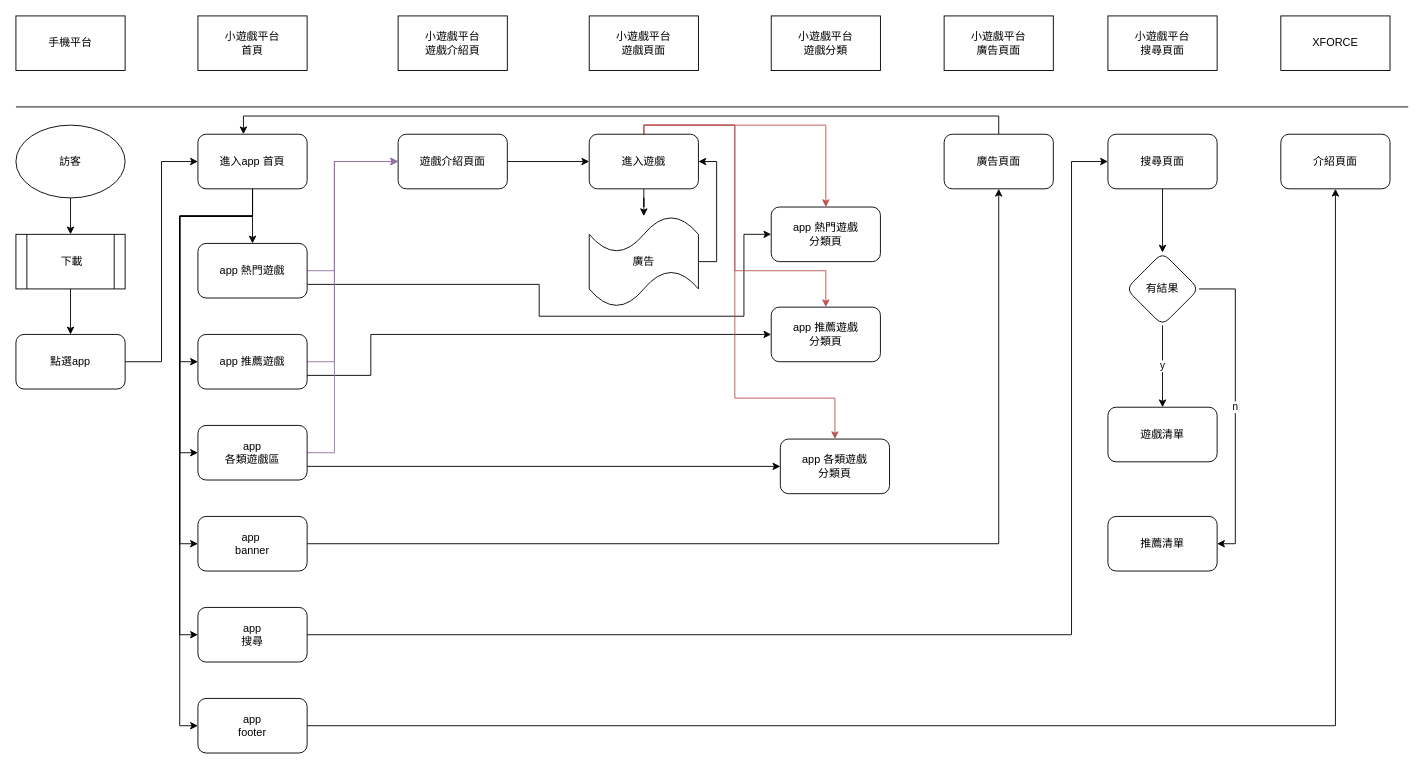
Above: page "第1頁" (1 of 2) of 小遊戲平台.drawio in Cadmus-design/Diagrams (draw.io), before the change. Source tidied: cells renumbered, new cells numbered last; positions are measured from the earlier drawing's top-left corner, leaving out a move shared by most shapes. Both pictures are drawn from the tidied source at 91%, with x=0, y=0 at pixel (15, 15).
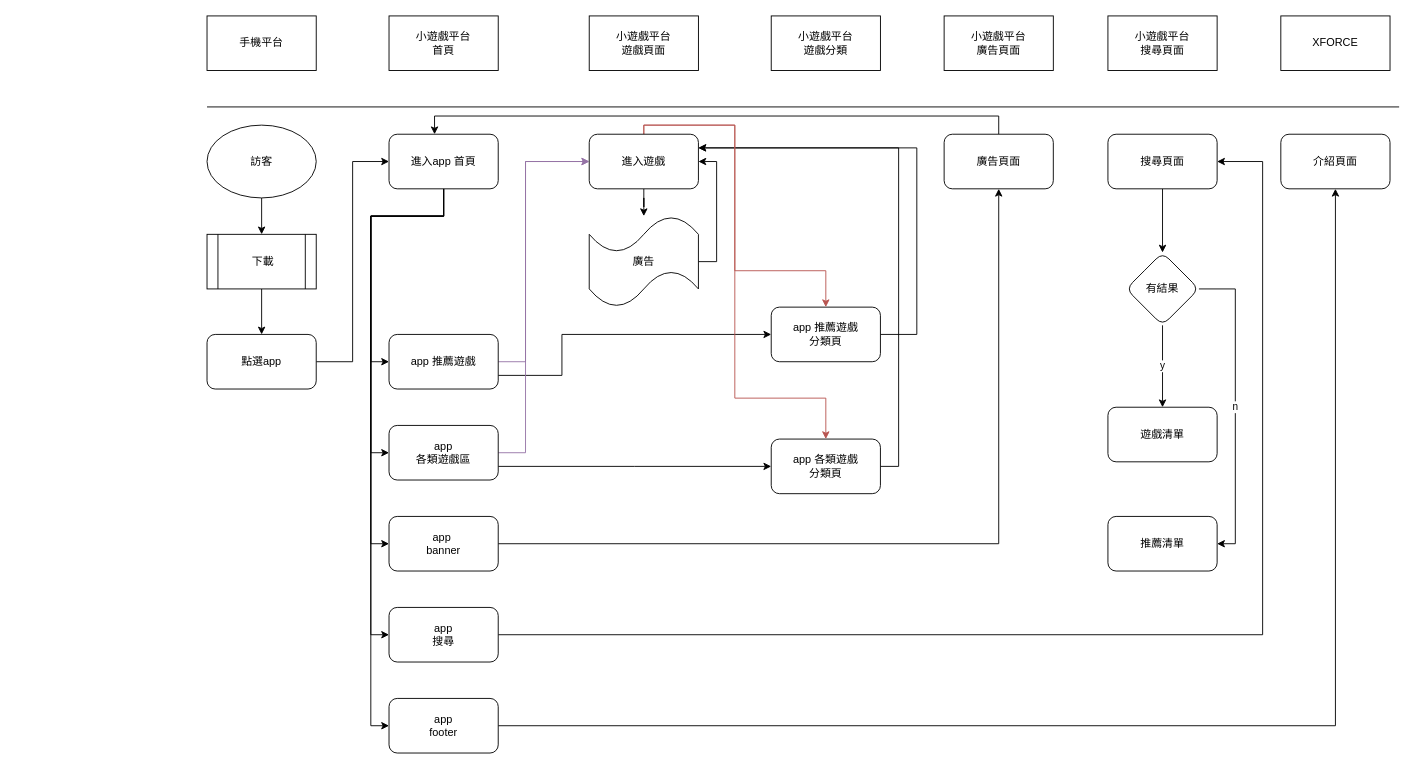
Above is the later version.

Commit message:
更新小遊戲平台.drawio

Unchanged cells that the change refers to:
```xml
<mxCell id="37" value="&lt;div&gt;app 推薦遊戲&lt;/div&gt;&lt;div&gt;分類頁&lt;br&gt;&lt;/div&gt;" style="rounded=1;whiteSpace=wrap;html=1;" parent="1" vertex="1">
  <mxGeometry x="830" y="320" width="120" height="60" as="geometry" />
</mxCell>
<mxCell id="47" value="進入遊戲" style="rounded=1;whiteSpace=wrap;html=1;" parent="1" vertex="1">
  <mxGeometry x="630" y="130" width="120" height="60" as="geometry" />
</mxCell>
<mxCell id="53" value="搜尋頁面" style="rounded=1;whiteSpace=wrap;html=1;" parent="1" vertex="1">
  <mxGeometry x="1200" y="130" width="120" height="60" as="geometry" />
</mxCell>
```

Change to the diagram source:
```diff
@@
     <mxCell id="2" value="&lt;div&gt;小遊戲平台&lt;/div&gt;&lt;div&gt;首頁&lt;br&gt;&lt;/div&gt;" style="rounded=0;whiteSpace=wrap;html=1;" parent="1" vertex="1">
-      <mxGeometry x="200" width="120" height="60" as="geometry" />
+      <mxGeometry x="410" width="120" height="60" as="geometry" />
     </mxCell>
     <mxCell id="3" style="endArrow=none;html=1;rounded=0;" parent="1" edge="1">
       <mxGeometry relative="1" as="geometry">
-        <mxPoint y="100" as="sourcePoint" />
-        <mxPoint x="1530" y="100" as="targetPoint" />
+        <mxPoint x="210" y="100" as="sourcePoint" />
+        <mxPoint x="1520" y="100" as="targetPoint" />
       </mxGeometry>
     </mxCell>
@@
     <mxCell id="5" value="訪客" style="ellipse;whiteSpace=wrap;html=1;" parent="1" vertex="1">
-      <mxGeometry y="120" width="120" height="80" as="geometry" />
+      <mxGeometry x="210" y="120" width="120" height="80" as="geometry" />
     </mxCell>
     <mxCell id="6" value="手機平台" style="rounded=0;whiteSpace=wrap;html=1;" parent="1" vertex="1">
-      <mxGeometry width="120" height="60" as="geometry" />
+      <mxGeometry x="210" width="120" height="60" as="geometry" />
     </mxCell>
@@
     <mxCell id="8" value="&amp;nbsp;下載" style="shape=process;whiteSpace=wrap;html=1;backgroundOutline=1;" parent="1" vertex="1">
-      <mxGeometry y="240" width="120" height="60" as="geometry" />
+      <mxGeometry x="210" y="240" width="120" height="60" as="geometry" />
     </mxCell>
@@
     <mxCell id="10" value="點選app" style="rounded=1;whiteSpace=wrap;html=1;" parent="1" vertex="1">
-      <mxGeometry y="350" width="120" height="60" as="geometry" />
+      <mxGeometry x="210" y="350" width="120" height="60" as="geometry" />
     </mxCell>
-    <mxCell id="11" style="edgeStyle=orthogonalEdgeStyle;rounded=0;jettySize=auto;html=1;exitX=0.5;exitY=1;exitDx=0;exitDy=0;" parent="1" edge="1" source="17" target="22">
-      <mxGeometry relative="1" as="geometry" />
-    </mxCell>
     <mxCell id="12" style="edgeStyle=orthogonalEdgeStyle;rounded=0;jettySize=auto;html=1;exitX=0.5;exitY=1;exitDx=0;exitDy=0;entryX=0;entryY=0.5;entryDx=0;entryDy=0;" parent="1" edge="1" source="17" target="25">
       <mxGeometry relative="1" as="geometry">
         <Array as="points">
-          <mxPoint x="260" y="220" />
-          <mxPoint x="180" y="220" />
-          <mxPoint x="180" y="380" />
+          <mxPoint x="470" y="220" />
+          <mxPoint x="390" y="220" />
+          <mxPoint x="390" y="380" />
         </Array>
       </mxGeometry>
     </mxCell>
     <mxCell id="13" style="edgeStyle=orthogonalEdgeStyle;rounded=0;jettySize=auto;html=1;exitX=0.5;exitY=1;exitDx=0;exitDy=0;entryX=0;entryY=0.5;entryDx=0;entryDy=0;" parent="1" edge="1" source="17" target="28">
       <mxGeometry relative="1" as="geometry">
         <Array as="points">
-          <mxPoint x="260" y="220" />
-          <mxPoint x="180" y="220" />
-          <mxPoint x="180" y="480" />
+          <mxPoint x="470" y="220" />
+          <mxPoint x="390" y="220" />
+          <mxPoint x="390" y="480" />
         </Array>
       </mxGeometry>
     </mxCell>
     <mxCell id="14" style="edgeStyle=orthogonalEdgeStyle;rounded=0;jettySize=auto;html=1;exitX=0.5;exitY=1;exitDx=0;exitDy=0;entryX=0;entryY=0.5;entryDx=0;entryDy=0;" parent="1" edge="1" source="17" target="30">
       <mxGeometry relative="1" as="geometry">
         <Array as="points">
-          <mxPoint x="260" y="220" />
-          <mxPoint x="180" y="220" />
-          <mxPoint x="180" y="580" />
+          <mxPoint x="470" y="220" />
+          <mxPoint x="390" y="220" />
+          <mxPoint x="390" y="580" />
         </Array>
       </mxGeometry>
     </mxCell>
     <mxCell id="15" style="edgeStyle=orthogonalEdgeStyle;rounded=0;jettySize=auto;html=1;exitX=0.5;exitY=1;exitDx=0;exitDy=0;entryX=0;entryY=0.5;entryDx=0;entryDy=0;" parent="1" edge="1" source="17" target="32">
       <mxGeometry relative="1" as="geometry">
         <Array as="points">
-          <mxPoint x="260" y="220" />
-          <mxPoint x="180" y="220" />
-          <mxPoint x="180" y="680" />
+          <mxPoint x="470" y="220" />
+          <mxPoint x="390" y="220" />
+          <mxPoint x="390" y="680" />
         </Array>
       </mxGeometry>
     </mxCell>
     <mxCell id="16" style="edgeStyle=orthogonalEdgeStyle;rounded=0;jettySize=auto;html=1;exitX=0.5;exitY=1;exitDx=0;exitDy=0;entryX=0;entryY=0.5;entryDx=0;entryDy=0;" parent="1" edge="1" source="17" target="34">
       <mxGeometry relative="1" as="geometry">
         <Array as="points">
-          <mxPoint x="260" y="220" />
-          <mxPoint x="180" y="220" />
-          <mxPoint x="180" y="780" />
+          <mxPoint x="470" y="220" />
+          <mxPoint x="390" y="220" />
+          <mxPoint x="390" y="780" />
         </Array>
       </mxGeometry>
     </mxCell>
     <mxCell id="17" value="進入app 首頁" style="rounded=1;whiteSpace=wrap;html=1;" parent="1" vertex="1">
-      <mxGeometry x="200" y="130" width="120" height="60" as="geometry" />
+      <mxGeometry x="410" y="130" width="120" height="60" as="geometry" />
     </mxCell>
-    <mxCell id="18" value="&lt;div&gt;小遊戲平台&lt;/div&gt;&lt;div&gt;遊戲介紹頁&lt;br&gt;&lt;/div&gt;" style="rounded=0;whiteSpace=wrap;html=1;" parent="1" vertex="1">
-      <mxGeometry x="420" width="120" height="60" as="geometry" />
-    </mxCell>
@@
-    <mxCell id="20" style="edgeStyle=orthogonalEdgeStyle;rounded=0;jettySize=auto;html=1;exitX=1;exitY=0.5;exitDx=0;exitDy=0;entryX=0;entryY=0.5;entryDx=0;entryDy=0;fillColor=#e1d5e7;strokeColor=#9673a6;" parent="1" edge="1" source="22" target="42">
-      <mxGeometry relative="1" as="geometry">
-        <Array as="points">
-          <mxPoint x="350" y="280" />
-          <mxPoint x="350" y="160" />
-        </Array>
-      </mxGeometry>
-    </mxCell>
-    <mxCell id="21" style="edgeStyle=orthogonalEdgeStyle;rounded=0;jettySize=auto;html=1;exitX=1;exitY=0.75;exitDx=0;exitDy=0;entryX=0;entryY=0.5;entryDx=0;entryDy=0;" parent="1" edge="1" source="22" target="36">
-      <mxGeometry relative="1" as="geometry">
-        <Array as="points">
-          <mxPoint x="575" y="295" />
-          <mxPoint x="575" y="330" />
-          <mxPoint x="800" y="330" />
-          <mxPoint x="800" y="240" />
-        </Array>
-      </mxGeometry>
-    </mxCell>
-    <mxCell id="22" value="app 熱門遊戲" style="rounded=1;whiteSpace=wrap;html=1;" parent="1" vertex="1">
-      <mxGeometry x="200" y="250" width="120" height="60" as="geometry" />
-    </mxCell>
-    <mxCell id="23" style="edgeStyle=orthogonalEdgeStyle;rounded=0;jettySize=auto;html=1;exitX=1;exitY=0.5;exitDx=0;exitDy=0;fillColor=#e1d5e7;strokeColor=#9673a6;" parent="1" edge="1" source="25">
+    <mxCell id="23" style="edgeStyle=orthogonalEdgeStyle;rounded=0;jettySize=auto;html=1;exitX=1;exitY=0.5;exitDx=0;exitDy=0;fillColor=#e1d5e7;strokeColor=#9673a6;entryX=0;entryY=0.5;entryDx=0;entryDy=0;" parent="1" edge="1" source="25" target="47">
       <mxGeometry relative="1" as="geometry">
-        <mxPoint x="420" y="160" as="targetPoint" />
         <Array as="points">
-          <mxPoint x="350" y="380" />
-          <mxPoint x="350" y="160" />
+          <mxPoint x="560" y="380" />
+          <mxPoint x="560" y="160" />
         </Array>
       </mxGeometry>
     </mxCell>
     <mxCell id="24" style="edgeStyle=orthogonalEdgeStyle;rounded=0;jettySize=auto;html=1;exitX=1;exitY=0.75;exitDx=0;exitDy=0;entryX=0;entryY=0.5;entryDx=0;entryDy=0;" parent="1" edge="1" source="25" target="37">
       <mxGeometry relative="1" as="geometry">
         <Array as="points">
-          <mxPoint x="390" y="395" />
-          <mxPoint x="390" y="350" />
+          <mxPoint x="600" y="395" />
+          <mxPoint x="600" y="350" />
         </Array>
       </mxGeometry>
     </mxCell>
     <mxCell id="25" value="app 推薦遊戲" style="rounded=1;whiteSpace=wrap;html=1;" parent="1" vertex="1">
-      <mxGeometry x="200" y="350" width="120" height="60" as="geometry" />
+      <mxGeometry x="410" y="350" width="120" height="60" as="geometry" />
     </mxCell>
-    <mxCell id="26" style="edgeStyle=orthogonalEdgeStyle;rounded=0;jettySize=auto;html=1;exitX=1;exitY=0.5;exitDx=0;exitDy=0;entryX=0;entryY=0.5;entryDx=0;entryDy=0;fillColor=#e1d5e7;strokeColor=#9673a6;" parent="1" edge="1" source="28" target="42">
+    <mxCell id="26" style="edgeStyle=orthogonalEdgeStyle;rounded=0;jettySize=auto;html=1;exitX=1;exitY=0.5;exitDx=0;exitDy=0;entryX=0;entryY=0.5;entryDx=0;entryDy=0;fillColor=#e1d5e7;strokeColor=#9673a6;" parent="1" edge="1" source="28" target="47">
       <mxGeometry relative="1" as="geometry">
         <Array as="points">
-          <mxPoint x="350" y="480" />
-          <mxPoint x="350" y="160" />
+          <mxPoint x="560" y="480" />
+          <mxPoint x="560" y="160" />
         </Array>
       </mxGeometry>
     </mxCell>
     <mxCell id="27" style="edgeStyle=orthogonalEdgeStyle;rounded=0;jettySize=auto;html=1;exitX=1;exitY=0.75;exitDx=0;exitDy=0;entryX=0;entryY=0.5;entryDx=0;entryDy=0;" parent="1" edge="1" source="28" target="38">
       <mxGeometry relative="1" as="geometry">
         <Array as="points">
-          <mxPoint x="830" y="495" />
+          <mxPoint x="680" y="495" />
+          <mxPoint x="680" y="495" />
         </Array>
       </mxGeometry>
     </mxCell>
     <mxCell id="28" value="&lt;div&gt;app &lt;br&gt;&lt;/div&gt;&lt;div&gt;各類遊戲區&lt;/div&gt;" style="rounded=1;whiteSpace=wrap;html=1;" parent="1" vertex="1">
-      <mxGeometry x="200" y="450" width="120" height="60" as="geometry" />
+      <mxGeometry x="410" y="450" width="120" height="60" as="geometry" />
     </mxCell>
@@
     <mxCell id="30" value="&lt;div&gt;app&amp;nbsp;&lt;/div&gt;&lt;div&gt;banner&lt;br&gt;&lt;/div&gt;" style="rounded=1;whiteSpace=wrap;html=1;" parent="1" vertex="1">
-      <mxGeometry x="200" y="550" width="120" height="60" as="geometry" />
+      <mxGeometry x="410" y="550" width="120" height="60" as="geometry" />
     </mxCell>
-    <mxCell id="31" style="edgeStyle=orthogonalEdgeStyle;rounded=0;jettySize=auto;html=1;exitX=1;exitY=0.5;exitDx=0;exitDy=0;entryX=0;entryY=0.5;entryDx=0;entryDy=0;" parent="1" edge="1" source="32" target="53">
+    <mxCell id="31" style="edgeStyle=orthogonalEdgeStyle;rounded=0;jettySize=auto;html=1;exitX=1;exitY=0.5;exitDx=0;exitDy=0;entryX=1;entryY=0.5;entryDx=0;entryDy=0;" parent="1" edge="1" source="32" target="53">
       <mxGeometry relative="1" as="geometry">
         <Array as="points">
-          <mxPoint x="1160" y="680" />
-          <mxPoint x="1160" y="160" />
+          <mxPoint x="1370" y="680" />
+          <mxPoint x="1370" y="160" />
         </Array>
       </mxGeometry>
     </mxCell>
     <mxCell id="32" value="&lt;div&gt;app &lt;br&gt;&lt;/div&gt;&lt;div&gt;搜尋&lt;br&gt;&lt;/div&gt;" style="rounded=1;whiteSpace=wrap;html=1;" parent="1" vertex="1">
-      <mxGeometry x="200" y="650" width="120" height="60" as="geometry" />
+      <mxGeometry x="410" y="650" width="120" height="60" as="geometry" />
     </mxCell>
@@
     <mxCell id="34" value="&lt;div&gt;app &lt;br&gt;&lt;/div&gt;&lt;div&gt;footer&lt;/div&gt;" style="rounded=1;whiteSpace=wrap;html=1;" parent="1" vertex="1">
-      <mxGeometry x="200" y="750" width="120" height="60" as="geometry" />
+      <mxGeometry x="410" y="750" width="120" height="60" as="geometry" />
     </mxCell>
@@
-    <mxCell id="36" value="&lt;div&gt;app 熱門遊戲&lt;/div&gt;&lt;div&gt;分類頁&lt;br&gt;&lt;/div&gt;" style="rounded=1;whiteSpace=wrap;html=1;" parent="1" vertex="1">
-      <mxGeometry x="830" y="210" width="120" height="60" as="geometry" />
-    </mxCell>
+    <mxCell id="61" style="edgeStyle=orthogonalEdgeStyle;rounded=0;jettySize=auto;html=1;exitX=1;exitY=0.5;exitDx=0;exitDy=0;entryX=1;entryY=0.25;entryDx=0;entryDy=0;" parent="1" edge="1" source="37" target="47">
+      <mxGeometry relative="1" as="geometry">
+        <Array as="points">
+          <mxPoint x="990" y="350" />
+          <mxPoint x="990" y="145" />
+        </Array>
+      </mxGeometry>
+    </mxCell>
@@
+    <mxCell id="62" style="edgeStyle=orthogonalEdgeStyle;rounded=0;jettySize=auto;html=1;exitX=1;exitY=0.5;exitDx=0;exitDy=0;entryX=1;entryY=0.25;entryDx=0;entryDy=0;" parent="1" edge="1" source="38" target="47">
+      <mxGeometry relative="1" as="geometry" />
+    </mxCell>
     <mxCell id="38" value="&lt;div&gt;app 各類遊戲&lt;/div&gt;&lt;div&gt;分類頁&lt;br&gt;&lt;/div&gt;" style="rounded=1;whiteSpace=wrap;html=1;" parent="1" vertex="1">
-      <mxGeometry x="840" y="465" width="120" height="60" as="geometry" />
+      <mxGeometry x="830" y="465" width="120" height="60" as="geometry" />
     </mxCell>
@@
-    <mxCell id="41" style="edgeStyle=orthogonalEdgeStyle;rounded=0;jettySize=auto;html=1;exitX=1;exitY=0.5;exitDx=0;exitDy=0;entryX=0;entryY=0.5;entryDx=0;entryDy=0;" parent="1" edge="1" source="42" target="47">
-      <mxGeometry relative="1" as="geometry" />
-    </mxCell>
-    <mxCell id="42" value="遊戲介紹頁面" style="rounded=1;whiteSpace=wrap;html=1;" parent="1" vertex="1">
-      <mxGeometry x="420" y="130" width="120" height="60" as="geometry" />
-    </mxCell>
@@
-    <mxCell id="44" style="edgeStyle=orthogonalEdgeStyle;rounded=0;jettySize=auto;html=1;exitX=0.5;exitY=0;exitDx=0;exitDy=0;entryX=0.5;entryY=0;entryDx=0;entryDy=0;fillColor=#f8cecc;strokeColor=#b85450;" parent="1" edge="1" source="47" target="36">
-      <mxGeometry relative="1" as="geometry">
-        <Array as="points">
-          <mxPoint x="690" y="120" />
-          <mxPoint x="890" y="120" />
-        </Array>
-      </mxGeometry>
-    </mxCell>
@@
     <mxCell id="46" style="edgeStyle=orthogonalEdgeStyle;rounded=0;jettySize=auto;html=1;exitX=0.5;exitY=0;exitDx=0;exitDy=0;entryX=0.5;entryY=0;entryDx=0;entryDy=0;fillColor=#f8cecc;strokeColor=#b85450;" parent="1" edge="1" source="47" target="38">
       <mxGeometry relative="1" as="geometry">
         <Array as="points">
           <mxPoint x="690" y="120" />
           <mxPoint x="790" y="120" />
           <mxPoint x="790" y="420" />
-          <mxPoint x="900" y="420" />
+          <mxPoint x="890" y="420" />
         </Array>
       </mxGeometry>
     </mxCell>
```
